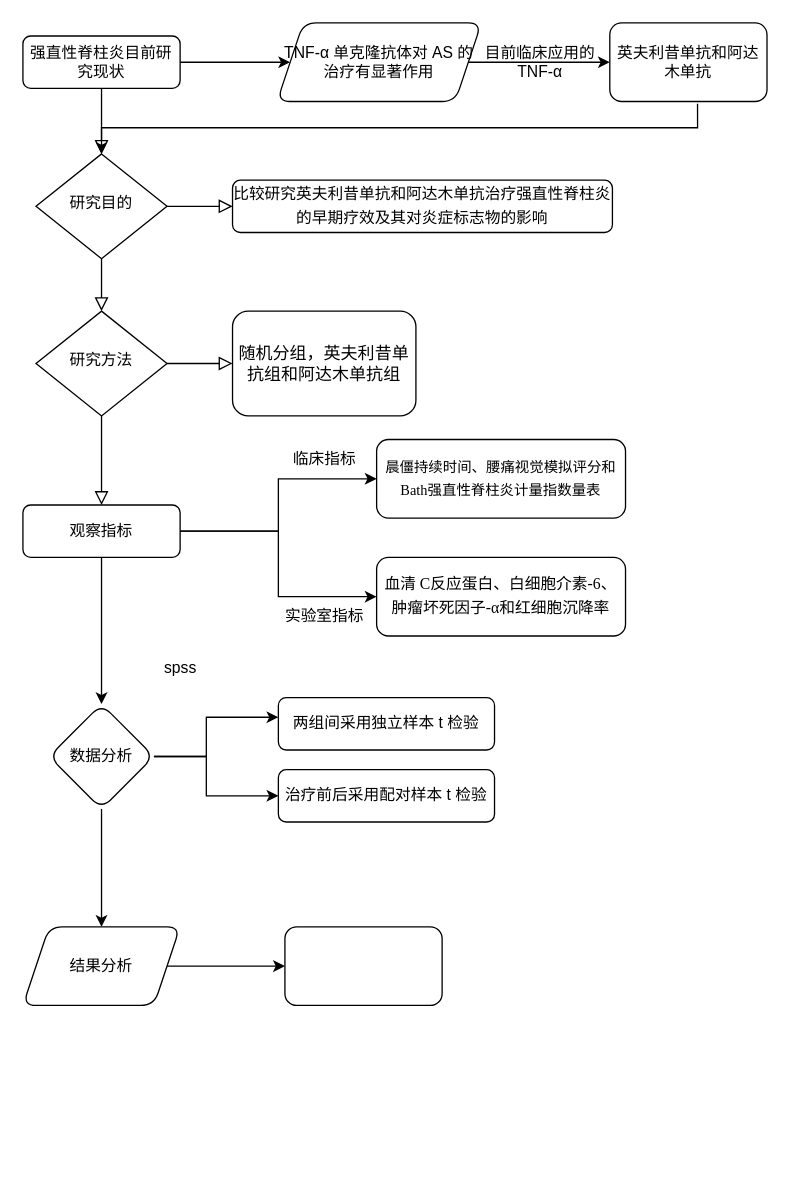
The draw.io diagram 未命名绘图.drawio in wzcsuxy/spinecenter, before the edit. Source tidied: cells renumbered, new cells numbered last; positions are measured from the earlier drawing's top-left corner, leaving out a move shared by most shapes. Both pictures are drawn from the tidied source at 131%, with x=0, y=0 at pixel (22, 22).
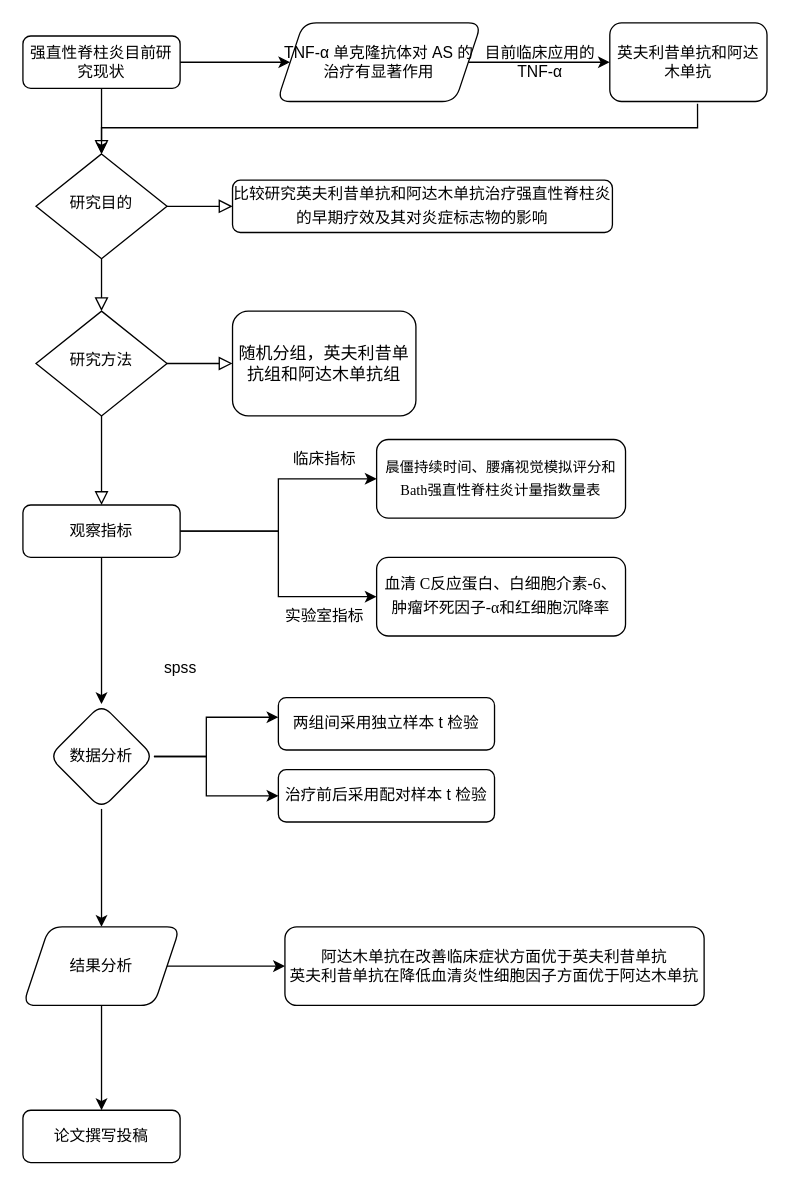
Above is the later version.

Commit message:
更新未命名绘图.drawio

The change refers to these unchanged cells:
```xml
<mxCell id="34" value="结果分析" style="shape=parallelogram;perimeter=parallelogramPerimeter;whiteSpace=wrap;html=1;fixedSize=1;rounded=1;glass=0;strokeWidth=1;shadow=0;" parent="1" vertex="1">
  <mxGeometry y="690" width="120" height="60" as="geometry" />
</mxCell>
```

What changed in the source:
```diff
@@
+    <mxCell id="36" style="edgeStyle=orthogonalEdgeStyle;rounded=0;jettySize=auto;html=1;" parent="1" edge="1" source="34" target="37">
+      <mxGeometry relative="1" as="geometry" />
+    </mxCell>
@@
-    <mxCell id="35" style="whiteSpace=wrap;html=1;rounded=1;glass=0;strokeWidth=1;shadow=0;" parent="1" vertex="1">
-      <mxGeometry x="200" y="690" width="120" height="60" as="geometry" />
+    <mxCell id="35" value="阿达木单抗在改善临床症状方面优于英夫利昔单抗&lt;br&gt;英夫利昔单抗在降低血清炎性细胞因子方面优于阿达木单抗" style="whiteSpace=wrap;html=1;rounded=1;glass=0;strokeWidth=1;shadow=0;" parent="1" vertex="1">
+      <mxGeometry x="200" y="690" width="320" height="60" as="geometry" />
     </mxCell>
+    <mxCell id="37" value="论文撰写投稿" style="whiteSpace=wrap;html=1;rounded=1;glass=0;strokeWidth=1;shadow=0;" parent="1" vertex="1">
+      <mxGeometry y="830" width="120" height="40" as="geometry" />
+    </mxCell>
```
